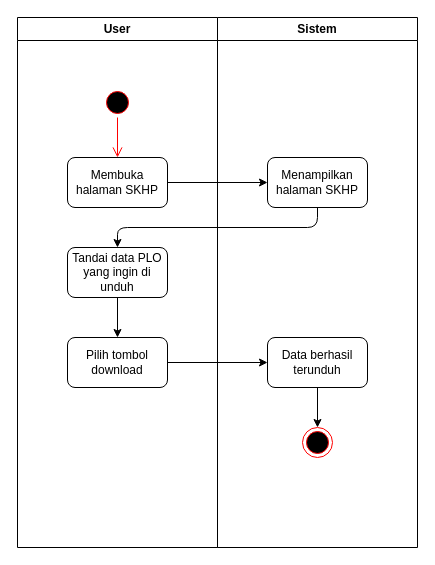
This is SKHP/downloadSKHP.drawio from rismanrhz/idms, a draw.io file, before an edit. Source tidied: cells renumbered, new cells numbered last; positions are measured from the earlier drawing's top-left corner, leaving out a move shared by most shapes. Both pictures are drawn from the tidied source at 100%, with x=0, y=0 at pixel (17, 17).
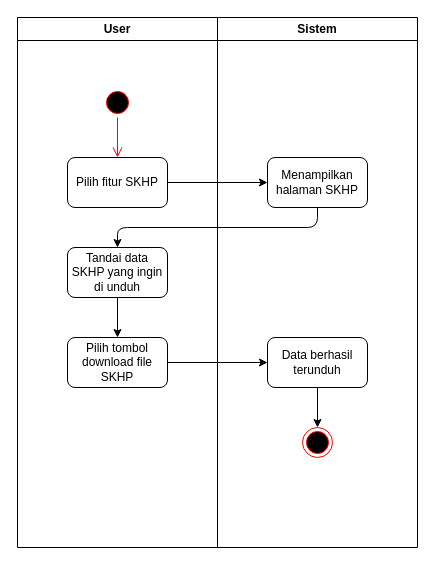
The same diagram, later.

What changed in the source:
```diff
@@
 <mxGraphModel>
   <root>
     <mxCell id="0" />
     <mxCell id="1" parent="0" />
     <mxCell id="2" value="User" style="swimlane;whiteSpace=wrap;html=1;startSize=23;" parent="1" vertex="1">
       <mxGeometry width="200" height="530" as="geometry" />
     </mxCell>
-    <mxCell id="3" value="Membuka halaman SKHP" style="rounded=1;whiteSpace=wrap;html=1;" parent="2" vertex="1">
+    <mxCell id="3" value="Pilih fitur SKHP" style="rounded=1;whiteSpace=wrap;html=1;" parent="2" vertex="1">
       <mxGeometry x="50" y="140" width="100" height="50" as="geometry" />
     </mxCell>
     <mxCell id="4" style="ellipse;html=1;shape=startState;fillColor=#000000;strokeColor=#ff0000;" parent="2" vertex="1">
       <mxGeometry x="85" y="70" width="30" height="30" as="geometry" />
     </mxCell>
     <mxCell id="5" style="edgeStyle=orthogonalEdgeStyle;html=1;verticalAlign=bottom;endArrow=open;endSize=8;strokeColor=#ff0000;entryX=0.5;entryY=0;entryDx=0;entryDy=0;" parent="2" edge="1" source="4" target="3">
       <mxGeometry relative="1" as="geometry" />
     </mxCell>
     <mxCell id="6" style="edgeStyle=none;html=1;" parent="2" edge="1" source="7" target="8">
       <mxGeometry relative="1" as="geometry" />
     </mxCell>
-    <mxCell id="7" value="Tandai data PLO yang ingin di unduh" style="rounded=1;whiteSpace=wrap;html=1;" parent="2" vertex="1">
+    <mxCell id="7" value="Tandai data SKHP yang ingin di unduh" style="rounded=1;whiteSpace=wrap;html=1;" parent="2" vertex="1">
       <mxGeometry x="50" y="230" width="100" height="50" as="geometry" />
     </mxCell>
-    <mxCell id="8" value="Pilih tombol download" style="rounded=1;whiteSpace=wrap;html=1;" parent="2" vertex="1">
+    <mxCell id="8" value="Pilih tombol download file SKHP" style="rounded=1;whiteSpace=wrap;html=1;" parent="2" vertex="1">
       <mxGeometry x="50" y="320" width="100" height="50" as="geometry" />
     </mxCell>
     <mxCell id="9" value="Sistem" style="swimlane;whiteSpace=wrap;html=1;startSize=23;" parent="1" vertex="1">
       <mxGeometry x="200" width="200" height="530" as="geometry" />
     </mxCell>
     <mxCell id="10" value="Menampilkan halaman SKHP" style="rounded=1;whiteSpace=wrap;html=1;" parent="9" vertex="1">
       <mxGeometry x="50" y="140" width="100" height="50" as="geometry" />
     </mxCell>
     <mxCell id="11" style="edgeStyle=none;html=1;" parent="9" edge="1" source="12" target="13">
       <mxGeometry relative="1" as="geometry" />
     </mxCell>
     <mxCell id="12" value="Data berhasil terunduh" style="rounded=1;whiteSpace=wrap;html=1;" parent="9" vertex="1">
       <mxGeometry x="50" y="320" width="100" height="50" as="geometry" />
     </mxCell>
     <mxCell id="13" style="ellipse;html=1;shape=endState;fillColor=#000000;strokeColor=#ff0000;" parent="9" vertex="1">
       <mxGeometry x="85" y="410" width="30" height="30" as="geometry" />
     </mxCell>
     <mxCell id="14" style="edgeStyle=none;html=1;" parent="1" edge="1" source="3" target="10">
       <mxGeometry relative="1" as="geometry" />
     </mxCell>
     <mxCell id="15" style="edgeStyle=none;html=1;exitX=0.5;exitY=1;exitDx=0;exitDy=0;" parent="1" edge="1" source="10" target="7">
       <mxGeometry relative="1" as="geometry">
         <Array as="points">
           <mxPoint x="300" y="210" />
           <mxPoint x="100" y="210" />
         </Array>
       </mxGeometry>
     </mxCell>
     <mxCell id="16" style="edgeStyle=none;html=1;" parent="1" edge="1" source="8" target="12">
       <mxGeometry relative="1" as="geometry" />
     </mxCell>
   </root>
 </mxGraphModel>
```
